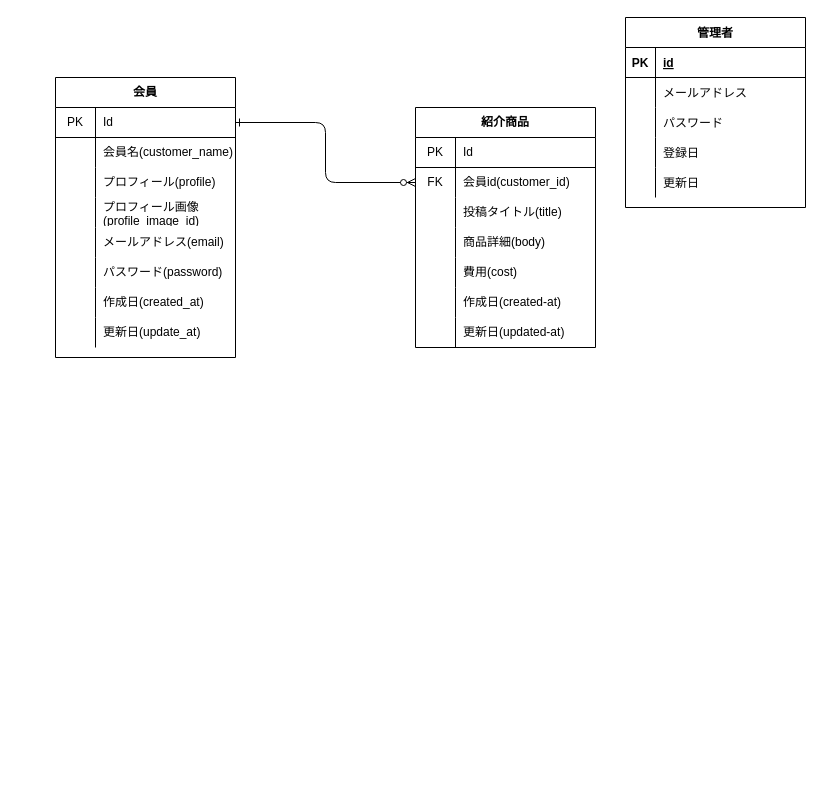
Above: 名称未設定ファイル.drawio in couplee/cake (draw.io), before the change. Source tidied: cells renumbered, new cells numbered last; positions are measured from the earlier drawing's top-left corner, leaving out a move shared by most shapes. Both pictures are drawn from the tidied source at 100%, with x=0, y=0 at pixel (55, 17).
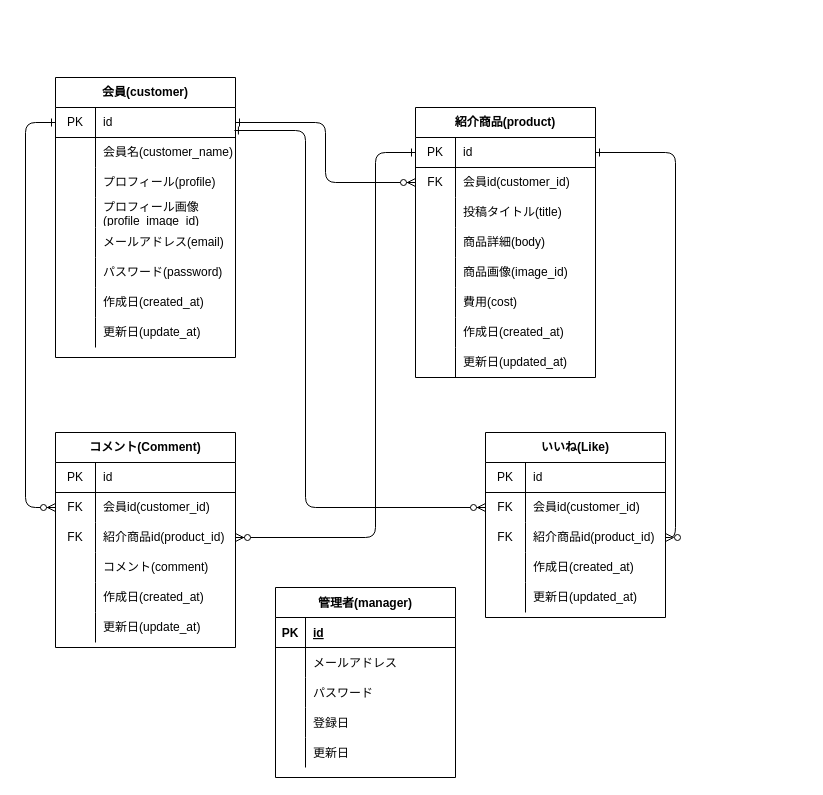
After the change.

Commit message:
名称未設定ファイル.drawio を更新します

Unchanged cells that the change refers to:
```xml
<mxCell id="3" style="shape=partialRectangle;html=1;whiteSpace=wrap;fillColor=none;top=0;left=0;bottom=1;right=0;points=[[0,0.5],[1,0.5]];portConstraint=eastwest;" parent="2" vertex="1">
  <mxGeometry y="30" width="180" height="30" as="geometry" />
</mxCell>
<mxCell id="28" style="shape=partialRectangle;html=1;whiteSpace=wrap;fillColor=none;top=0;left=0;bottom=1;right=0;points=[[0,0.5],[1,0.5]];portConstraint=eastwest;" parent="27" vertex="1">
  <mxGeometry y="30" width="180" height="30" as="geometry" />
</mxCell>
```

The edit, as a diff of the source:
```diff
@@
-    <mxCell id="2" value="会員" style="shape=table;html=1;whiteSpace=wrap;startSize=30;childLayout=tableLayout;rowLines=0;fontStyle=1;align=center;" parent="1" vertex="1">
+    <mxCell id="2" value="会員(customer)" style="shape=table;html=1;whiteSpace=wrap;startSize=30;childLayout=tableLayout;rowLines=0;fontStyle=1;align=center;" parent="1" vertex="1">
       <mxGeometry y="60" width="180" height="280" as="geometry" />
     </mxCell>
@@
-    <mxCell id="5" value="Id" style="shape=partialRectangle;html=1;whiteSpace=wrap;fillColor=none;top=0;left=0;bottom=0;right=0;align=left;spacingLeft=6;overflow=hidden;" parent="3" vertex="1">
+    <mxCell id="5" value="id" style="shape=partialRectangle;html=1;whiteSpace=wrap;fillColor=none;top=0;left=0;bottom=0;right=0;align=left;spacingLeft=6;overflow=hidden;" parent="3" vertex="1">
       <mxGeometry x="40" width="140" height="30" as="geometry" />
     </mxCell>
@@
-    <mxCell id="27" value="紹介商品" style="shape=table;html=1;whiteSpace=wrap;startSize=30;childLayout=tableLayout;rowLines=0;fontStyle=1;align=center;" parent="1" vertex="1">
-      <mxGeometry x="360" y="90" width="180" height="240" as="geometry" />
+    <mxCell id="27" value="紹介商品(product)" style="shape=table;html=1;whiteSpace=wrap;startSize=30;childLayout=tableLayout;rowLines=0;fontStyle=1;align=center;" parent="1" vertex="1">
+      <mxGeometry x="360" y="90" width="180" height="270" as="geometry" />
     </mxCell>
@@
-    <mxCell id="30" value="Id" style="shape=partialRectangle;html=1;whiteSpace=wrap;fillColor=none;top=0;left=0;bottom=0;right=0;align=left;spacingLeft=6;overflow=hidden;" parent="28" vertex="1">
+    <mxCell id="30" value="id" style="shape=partialRectangle;html=1;whiteSpace=wrap;fillColor=none;top=0;left=0;bottom=0;right=0;align=left;spacingLeft=6;overflow=hidden;" parent="28" vertex="1">
       <mxGeometry x="40" width="140" height="30" as="geometry" />
     </mxCell>
@@
+    <mxCell id="66" style="shape=partialRectangle;html=1;whiteSpace=wrap;fillColor=none;top=0;left=0;bottom=0;right=0;" parent="27" vertex="1">
+      <mxGeometry y="120" width="180" height="30" as="geometry" />
+    </mxCell>
+    <mxCell id="67" style="shape=partialRectangle;html=1;whiteSpace=wrap;fillColor=none;top=0;left=0;bottom=0;right=0;overflow=hidden;" parent="66" vertex="1">
+      <mxGeometry width="40" height="30" as="geometry" />
+    </mxCell>
+    <mxCell id="68" value="商品詳細(body)" style="shape=partialRectangle;html=1;whiteSpace=wrap;fillColor=none;top=0;left=0;bottom=0;right=0;align=left;spacingLeft=6;overflow=hidden;" parent="66" vertex="1">
+      <mxGeometry x="40" width="140" height="30" as="geometry" />
+    </mxCell>
     <mxCell id="37" style="shape=partialRectangle;html=1;whiteSpace=wrap;fillColor=none;top=0;left=0;bottom=0;right=0;" parent="27" vertex="1">
-      <mxGeometry y="120" width="180" height="30" as="geometry" />
+      <mxGeometry y="150" width="180" height="30" as="geometry" />
     </mxCell>
@@
-    <mxCell id="39" value="商品詳細(body)" style="shape=partialRectangle;html=1;whiteSpace=wrap;fillColor=none;top=0;left=0;bottom=0;right=0;align=left;spacingLeft=6;overflow=hidden;" parent="37" vertex="1">
+    <mxCell id="39" value="商品画像(image_id)" style="shape=partialRectangle;html=1;whiteSpace=wrap;fillColor=none;top=0;left=0;bottom=0;right=0;align=left;spacingLeft=6;overflow=hidden;" parent="37" vertex="1">
       <mxGeometry x="40" width="140" height="30" as="geometry" />
     </mxCell>
     <mxCell id="40" style="shape=partialRectangle;html=1;whiteSpace=wrap;fillColor=none;top=0;left=0;bottom=0;right=0;" parent="27" vertex="1">
-      <mxGeometry y="150" width="180" height="30" as="geometry" />
+      <mxGeometry y="180" width="180" height="30" as="geometry" />
     </mxCell>
@@
     <mxCell id="43" style="shape=partialRectangle;html=1;whiteSpace=wrap;fillColor=none;top=0;left=0;bottom=0;right=0;" parent="27" vertex="1">
-      <mxGeometry y="180" width="180" height="30" as="geometry" />
+      <mxGeometry y="210" width="180" height="30" as="geometry" />
     </mxCell>
@@
-    <mxCell id="45" value="作成日(created-at)" style="shape=partialRectangle;html=1;whiteSpace=wrap;fillColor=none;top=0;left=0;bottom=0;right=0;align=left;spacingLeft=6;overflow=hidden;" parent="43" vertex="1">
+    <mxCell id="45" value="作成日(created_at)" style="shape=partialRectangle;html=1;whiteSpace=wrap;fillColor=none;top=0;left=0;bottom=0;right=0;align=left;spacingLeft=6;overflow=hidden;" parent="43" vertex="1">
       <mxGeometry x="40" width="140" height="30" as="geometry" />
     </mxCell>
     <mxCell id="46" style="shape=partialRectangle;html=1;whiteSpace=wrap;fillColor=none;top=0;left=0;bottom=0;right=0;" parent="27" vertex="1">
-      <mxGeometry y="210" width="180" height="30" as="geometry" />
+      <mxGeometry y="240" width="180" height="30" as="geometry" />
     </mxCell>
@@
-    <mxCell id="48" value="更新日(updated-at)" style="shape=partialRectangle;html=1;whiteSpace=wrap;fillColor=none;top=0;left=0;bottom=0;right=0;align=left;spacingLeft=6;overflow=hidden;" parent="46" vertex="1">
+    <mxCell id="48" value="更新日(updated_at)" style="shape=partialRectangle;html=1;whiteSpace=wrap;fillColor=none;top=0;left=0;bottom=0;right=0;align=left;spacingLeft=6;overflow=hidden;" parent="46" vertex="1">
       <mxGeometry x="40" width="140" height="30" as="geometry" />
     </mxCell>
@@
-    <mxCell id="50" value="管理者" style="shape=table;startSize=30;childLayout=tableLayout;rowLines=0;fontStyle=1;align=center;shadow=0;" parent="1" vertex="1">
-      <mxGeometry x="570" width="180" height="190" as="geometry" />
+    <mxCell id="50" value="管理者(manager)" style="shape=table;startSize=30;childLayout=tableLayout;rowLines=0;fontStyle=1;align=center;shadow=0;" parent="1" vertex="1">
+      <mxGeometry x="220" y="570" width="180" height="190" as="geometry" />
     </mxCell>
@@
+    <mxCell id="69" value="コメント(Comment)" style="shape=table;html=1;whiteSpace=wrap;startSize=30;childLayout=tableLayout;rowLines=0;fontStyle=1;align=center;" parent="1" vertex="1">
+      <mxGeometry y="415" width="180" height="215" as="geometry" />
+    </mxCell>
+    <mxCell id="70" style="shape=partialRectangle;html=1;whiteSpace=wrap;fillColor=none;top=0;left=0;bottom=1;right=0;" parent="69" vertex="1">
+      <mxGeometry y="30" width="180" height="30" as="geometry" />
+    </mxCell>
+    <mxCell id="71" value="PK" style="shape=partialRectangle;html=1;whiteSpace=wrap;fillColor=none;top=0;left=0;bottom=0;right=0;overflow=hidden;" parent="70" vertex="1">
+      <mxGeometry width="40" height="30" as="geometry" />
+    </mxCell>
+    <mxCell id="72" value="id" style="shape=partialRectangle;html=1;whiteSpace=wrap;fillColor=none;top=0;left=0;bottom=0;right=0;align=left;spacingLeft=6;overflow=hidden;" parent="70" vertex="1">
+      <mxGeometry x="40" width="140" height="30" as="geometry" />
+    </mxCell>
+    <mxCell id="73" style="shape=partialRectangle;html=1;whiteSpace=wrap;fillColor=none;top=0;left=0;bottom=0;right=0;points=[[0,0.5],[1,0.5]];portConstraint=eastwest;" parent="69" vertex="1">
+      <mxGeometry y="60" width="180" height="30" as="geometry" />
+    </mxCell>
+    <mxCell id="74" value="FK" style="shape=partialRectangle;html=1;whiteSpace=wrap;fillColor=none;top=0;left=0;bottom=0;right=0;overflow=hidden;" parent="73" vertex="1">
+      <mxGeometry width="40" height="30" as="geometry" />
+    </mxCell>
+    <mxCell id="75" value="会員id(customer_id)" style="shape=partialRectangle;html=1;whiteSpace=wrap;fillColor=none;top=0;left=0;bottom=0;right=0;align=left;spacingLeft=6;overflow=hidden;" parent="73" vertex="1">
+      <mxGeometry x="40" width="140" height="30" as="geometry" />
+    </mxCell>
+    <mxCell id="76" style="shape=partialRectangle;html=1;whiteSpace=wrap;fillColor=none;top=0;left=0;bottom=0;right=0;points=[[0,0.5],[1,0.5]];portConstraint=eastwest;" parent="69" vertex="1">
+      <mxGeometry y="90" width="180" height="30" as="geometry" />
+    </mxCell>
+    <mxCell id="77" value="FK" style="shape=partialRectangle;html=1;whiteSpace=wrap;fillColor=none;top=0;left=0;bottom=0;right=0;overflow=hidden;" parent="76" vertex="1">
+      <mxGeometry width="40" height="30" as="geometry" />
+    </mxCell>
+    <mxCell id="78" value="紹介商品id(product_id)" style="shape=partialRectangle;html=1;whiteSpace=wrap;fillColor=none;top=0;left=0;bottom=0;right=0;align=left;spacingLeft=6;overflow=hidden;" parent="76" vertex="1">
+      <mxGeometry x="40" width="140" height="30" as="geometry" />
+    </mxCell>
+    <mxCell id="79" style="shape=partialRectangle;html=1;whiteSpace=wrap;fillColor=none;top=0;left=0;bottom=0;right=0;" parent="69" vertex="1">
+      <mxGeometry y="120" width="180" height="30" as="geometry" />
+    </mxCell>
+    <mxCell id="80" style="shape=partialRectangle;html=1;whiteSpace=wrap;fillColor=none;top=0;left=0;bottom=0;right=0;overflow=hidden;" parent="79" vertex="1">
+      <mxGeometry width="40" height="30" as="geometry" />
+    </mxCell>
+    <mxCell id="81" value="コメント(comment)" style="shape=partialRectangle;html=1;whiteSpace=wrap;fillColor=none;top=0;left=0;bottom=0;right=0;align=left;spacingLeft=6;overflow=hidden;" parent="79" vertex="1">
+      <mxGeometry x="40" width="140" height="30" as="geometry" />
+    </mxCell>
+    <mxCell id="82" style="shape=partialRectangle;html=1;whiteSpace=wrap;fillColor=none;top=0;left=0;bottom=0;right=0;" parent="69" vertex="1">
+      <mxGeometry y="150" width="180" height="30" as="geometry" />
+    </mxCell>
+    <mxCell id="83" style="shape=partialRectangle;html=1;whiteSpace=wrap;fillColor=none;top=0;left=0;bottom=0;right=0;overflow=hidden;" parent="82" vertex="1">
+      <mxGeometry width="40" height="30" as="geometry" />
+    </mxCell>
+    <mxCell id="84" value="作成日(created_at)" style="shape=partialRectangle;html=1;whiteSpace=wrap;fillColor=none;top=0;left=0;bottom=0;right=0;align=left;spacingLeft=6;overflow=hidden;" parent="82" vertex="1">
+      <mxGeometry x="40" width="140" height="30" as="geometry" />
+    </mxCell>
+    <mxCell id="85" style="shape=partialRectangle;html=1;whiteSpace=wrap;fillColor=none;top=0;left=0;bottom=0;right=0;" parent="69" vertex="1">
+      <mxGeometry y="180" width="180" height="30" as="geometry" />
+    </mxCell>
+    <mxCell id="86" style="shape=partialRectangle;html=1;whiteSpace=wrap;fillColor=none;top=0;left=0;bottom=0;right=0;overflow=hidden;" parent="85" vertex="1">
+      <mxGeometry width="40" height="30" as="geometry" />
+    </mxCell>
+    <mxCell id="87" value="更新日(update_at)" style="shape=partialRectangle;html=1;whiteSpace=wrap;fillColor=none;top=0;left=0;bottom=0;right=0;align=left;spacingLeft=6;overflow=hidden;" parent="85" vertex="1">
+      <mxGeometry x="40" width="140" height="30" as="geometry" />
+    </mxCell>
+    <mxCell id="88" style="endArrow=ERzeroToMany;html=1;entryX=0;entryY=0.5;entryDx=0;entryDy=0;edgeStyle=orthogonalEdgeStyle;startArrow=ERone;startFill=0;endFill=1;exitX=0;exitY=0.5;exitDx=0;exitDy=0;" parent="1" edge="1" source="3" target="73">
+      <mxGeometry relative="1" as="geometry">
+        <Array as="points">
+          <mxPoint x="-30" y="105" />
+          <mxPoint x="-30" y="490" />
+        </Array>
+      </mxGeometry>
+    </mxCell>
+    <mxCell id="89" style="endArrow=ERzeroToMany;html=1;exitX=0;exitY=0.5;exitDx=0;exitDy=0;entryX=1;entryY=0.5;entryDx=0;entryDy=0;edgeStyle=orthogonalEdgeStyle;startArrow=ERone;startFill=0;endFill=1;" parent="1" edge="1" source="28" target="76">
+      <mxGeometry relative="1" as="geometry">
+        <Array as="points">
+          <mxPoint x="320" y="135" />
+          <mxPoint x="320" y="520" />
+        </Array>
+      </mxGeometry>
+    </mxCell>
+    <mxCell id="90" value="いいね(Like)" style="shape=table;html=1;whiteSpace=wrap;startSize=30;childLayout=tableLayout;rowLines=0;fontStyle=1;align=center;" parent="1" vertex="1">
+      <mxGeometry x="430" y="415" width="180" height="185" as="geometry" />
+    </mxCell>
+    <mxCell id="91" style="shape=partialRectangle;html=1;whiteSpace=wrap;fillColor=none;top=0;left=0;bottom=1;right=0;" parent="90" vertex="1">
+      <mxGeometry y="30" width="180" height="30" as="geometry" />
+    </mxCell>
+    <mxCell id="92" value="PK" style="shape=partialRectangle;html=1;whiteSpace=wrap;fillColor=none;top=0;left=0;bottom=0;right=0;overflow=hidden;" parent="91" vertex="1">
+      <mxGeometry width="40" height="30" as="geometry" />
+    </mxCell>
+    <mxCell id="93" value="id" style="shape=partialRectangle;html=1;whiteSpace=wrap;fillColor=none;top=0;left=0;bottom=0;right=0;align=left;spacingLeft=6;overflow=hidden;" parent="91" vertex="1">
+      <mxGeometry x="40" width="140" height="30" as="geometry" />
+    </mxCell>
+    <mxCell id="94" style="shape=partialRectangle;html=1;whiteSpace=wrap;fillColor=none;top=0;left=0;bottom=0;right=0;points=[[0,0.5],[1,0.5]];portConstraint=eastwest;" parent="90" vertex="1">
+      <mxGeometry y="60" width="180" height="30" as="geometry" />
+    </mxCell>
+    <mxCell id="95" value="FK" style="shape=partialRectangle;html=1;whiteSpace=wrap;fillColor=none;top=0;left=0;bottom=0;right=0;overflow=hidden;" parent="94" vertex="1">
+      <mxGeometry width="40" height="30" as="geometry" />
+    </mxCell>
+    <mxCell id="96" value="会員id(customer_id)" style="shape=partialRectangle;html=1;whiteSpace=wrap;fillColor=none;top=0;left=0;bottom=0;right=0;align=left;spacingLeft=6;overflow=hidden;" parent="94" vertex="1">
+      <mxGeometry x="40" width="140" height="30" as="geometry" />
+    </mxCell>
+    <mxCell id="97" style="shape=partialRectangle;html=1;whiteSpace=wrap;fillColor=none;top=0;left=0;bottom=0;right=0;points=[[0,0.5],[1,0.5]];portConstraint=eastwest;" parent="90" vertex="1">
+      <mxGeometry y="90" width="180" height="30" as="geometry" />
+    </mxCell>
+    <mxCell id="98" value="FK" style="shape=partialRectangle;html=1;whiteSpace=wrap;fillColor=none;top=0;left=0;bottom=0;right=0;overflow=hidden;" parent="97" vertex="1">
+      <mxGeometry width="40" height="30" as="geometry" />
+    </mxCell>
+    <mxCell id="99" value="紹介商品id(product_id)" style="shape=partialRectangle;html=1;whiteSpace=wrap;fillColor=none;top=0;left=0;bottom=0;right=0;align=left;spacingLeft=6;overflow=hidden;" parent="97" vertex="1">
+      <mxGeometry x="40" width="140" height="30" as="geometry" />
+    </mxCell>
+    <mxCell id="100" style="shape=partialRectangle;html=1;whiteSpace=wrap;fillColor=none;top=0;left=0;bottom=0;right=0;" parent="90" vertex="1">
+      <mxGeometry y="120" width="180" height="30" as="geometry" />
+    </mxCell>
+    <mxCell id="101" style="shape=partialRectangle;html=1;whiteSpace=wrap;fillColor=none;top=0;left=0;bottom=0;right=0;overflow=hidden;" parent="100" vertex="1">
+      <mxGeometry width="40" height="30" as="geometry" />
+    </mxCell>
+    <mxCell id="102" value="作成日(created_at)" style="shape=partialRectangle;html=1;whiteSpace=wrap;fillColor=none;top=0;left=0;bottom=0;right=0;align=left;spacingLeft=6;overflow=hidden;" parent="100" vertex="1">
+      <mxGeometry x="40" width="140" height="30" as="geometry" />
+    </mxCell>
+    <mxCell id="103" style="shape=partialRectangle;html=1;whiteSpace=wrap;fillColor=none;top=0;left=0;bottom=0;right=0;" parent="90" vertex="1">
+      <mxGeometry y="150" width="180" height="30" as="geometry" />
+    </mxCell>
+    <mxCell id="104" style="shape=partialRectangle;html=1;whiteSpace=wrap;fillColor=none;top=0;left=0;bottom=0;right=0;overflow=hidden;" parent="103" vertex="1">
+      <mxGeometry width="40" height="30" as="geometry" />
+    </mxCell>
+    <mxCell id="105" value="更新日(updated_at)" style="shape=partialRectangle;html=1;whiteSpace=wrap;fillColor=none;top=0;left=0;bottom=0;right=0;align=left;spacingLeft=6;overflow=hidden;" parent="103" vertex="1">
+      <mxGeometry x="40" width="140" height="30" as="geometry" />
+    </mxCell>
+    <mxCell id="106" style="endArrow=ERzeroToMany;html=1;exitX=0.994;exitY=0.767;exitDx=0;exitDy=0;exitPerimeter=0;entryX=0;entryY=0.5;entryDx=0;entryDy=0;edgeStyle=orthogonalEdgeStyle;startArrow=ERone;startFill=0;endFill=1;" parent="1" edge="1" source="3" target="94">
+      <mxGeometry relative="1" as="geometry">
+        <Array as="points">
+          <mxPoint x="250" y="113" />
+          <mxPoint x="250" y="490" />
+        </Array>
+      </mxGeometry>
+    </mxCell>
+    <mxCell id="107" style="endArrow=ERzeroToMany;html=1;exitX=1;exitY=0.5;exitDx=0;exitDy=0;entryX=1;entryY=0.5;entryDx=0;entryDy=0;edgeStyle=orthogonalEdgeStyle;startArrow=ERone;startFill=0;endFill=1;" parent="1" edge="1" source="28" target="97">
+      <mxGeometry relative="1" as="geometry" />
+    </mxCell>
```
